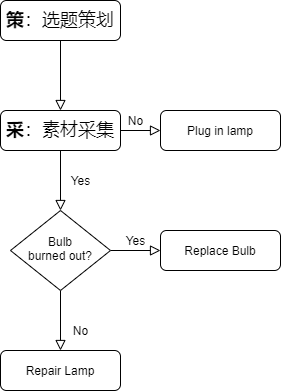
Earlier version of the draw.io export Untitled Diagram.png (yangJinRui325/note). Source tidied: cells renumbered, new cells last; positions are measured from the earlier drawing's top-left corner, leaving out a move shared by most shapes.
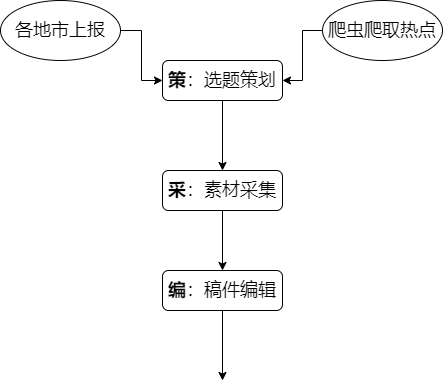
Later version of the same file.

The edit, as a diff of the source:
```diff
@@ -2,40 +2,37 @@
   <root>
     <mxCell id="0" />
     <mxCell id="1" parent="0" />
-    <mxCell id="2" style="rounded=0;html=1;jettySize=auto;fontSize=11;endArrow=block;endFill=0;endSize=8;strokeWidth=1;shadow=0;labelBackgroundColor=none;edgeStyle=orthogonalEdgeStyle;entryX=0.5;entryY=0;entryDx=0;entryDy=0;" parent="1" edge="1" source="3" target="12">
+    <mxCell id="2" style="edgeStyle=orthogonalEdgeStyle;rounded=0;jettySize=auto;html=1;" parent="1" edge="1" source="3" target="12">
       <mxGeometry relative="1" as="geometry" />
     </mxCell>
     <mxCell id="3" value="&lt;font style=&quot;font-size: 18px&quot;&gt;&lt;b&gt;策&lt;/b&gt;：选题策划&lt;/font&gt;" style="rounded=1;whiteSpace=wrap;html=1;fontSize=12;glass=0;strokeWidth=1;shadow=0;" parent="1" vertex="1">
       <mxGeometry width="120" height="40" as="geometry" />
     </mxCell>
-    <mxCell id="4" value="Yes" style="rounded=0;html=1;jettySize=auto;fontSize=11;endArrow=block;endFill=0;endSize=8;strokeWidth=1;shadow=0;labelBackgroundColor=none;edgeStyle=orthogonalEdgeStyle;exitX=0.5;exitY=1;exitDx=0;exitDy=0;" parent="1" edge="1" source="12" target="9">
-      <mxGeometry y="20" relative="1" as="geometry" />
-    </mxCell>
-    <mxCell id="5" value="No" style="edgeStyle=orthogonalEdgeStyle;rounded=0;html=1;jettySize=auto;fontSize=11;endArrow=block;endFill=0;endSize=8;strokeWidth=1;shadow=0;labelBackgroundColor=none;" parent="1" edge="1" target="6">
-      <mxGeometry y="10" relative="1" as="geometry">
-        <mxPoint x="110" y="130" as="sourcePoint" />
-      </mxGeometry>
-    </mxCell>
-    <mxCell id="6" value="Plug in lamp" style="rounded=1;whiteSpace=wrap;html=1;fontSize=12;glass=0;strokeWidth=1;shadow=0;" parent="1" vertex="1">
-      <mxGeometry x="160" y="110" width="120" height="40" as="geometry" />
-    </mxCell>
-    <mxCell id="7" value="No" style="rounded=0;html=1;jettySize=auto;fontSize=11;endArrow=block;endFill=0;endSize=8;strokeWidth=1;shadow=0;labelBackgroundColor=none;edgeStyle=orthogonalEdgeStyle;" parent="1" edge="1" source="9" target="10">
-      <mxGeometry x="0.33" y="20" relative="1" as="geometry" />
-    </mxCell>
-    <mxCell id="8" value="Yes" style="edgeStyle=orthogonalEdgeStyle;rounded=0;html=1;jettySize=auto;fontSize=11;endArrow=block;endFill=0;endSize=8;strokeWidth=1;shadow=0;labelBackgroundColor=none;" parent="1" edge="1" source="9" target="11">
-      <mxGeometry y="10" relative="1" as="geometry" />
-    </mxCell>
-    <mxCell id="9" value="Bulb&lt;br&gt;burned out?" style="rhombus;whiteSpace=wrap;html=1;shadow=0;fontFamily=Helvetica;fontSize=12;align=center;strokeWidth=1;spacing=6;spacingTop=-4;" parent="1" vertex="1">
-      <mxGeometry x="10" y="210" width="100" height="80" as="geometry" />
-    </mxCell>
-    <mxCell id="10" value="Repair Lamp" style="rounded=1;whiteSpace=wrap;html=1;fontSize=12;glass=0;strokeWidth=1;shadow=0;" parent="1" vertex="1">
-      <mxGeometry y="350" width="120" height="40" as="geometry" />
-    </mxCell>
+    <mxCell id="13" style="edgeStyle=orthogonalEdgeStyle;rounded=0;jettySize=auto;html=1;" parent="1" edge="1" source="11">
+      <mxGeometry relative="1" as="geometry">
+        <mxPoint x="60" y="320" as="targetPoint" />
+      </mxGeometry>
+    </mxCell>
-    <mxCell id="11" value="Replace Bulb" style="rounded=1;whiteSpace=wrap;html=1;fontSize=12;glass=0;strokeWidth=1;shadow=0;" parent="1" vertex="1">
-      <mxGeometry x="160" y="230" width="120" height="40" as="geometry" />
+    <mxCell id="11" value="&lt;font style=&quot;font-size: 18px&quot;&gt;&lt;b&gt;编&lt;/b&gt;：稿件编辑&lt;/font&gt;" style="rounded=1;whiteSpace=wrap;html=1;fontSize=12;glass=0;strokeWidth=1;shadow=0;" parent="1" vertex="1">
+      <mxGeometry y="210" width="120" height="40" as="geometry" />
     </mxCell>
+    <mxCell id="14" style="edgeStyle=orthogonalEdgeStyle;rounded=0;jettySize=auto;html=1;" parent="1" edge="1" source="12" target="11">
+      <mxGeometry relative="1" as="geometry" />
+    </mxCell>
     <mxCell id="12" value="&lt;font style=&quot;font-size: 18px&quot;&gt;&lt;b&gt;采&lt;/b&gt;：素材采集&lt;/font&gt;" style="rounded=1;whiteSpace=wrap;html=1;fontSize=12;glass=0;strokeWidth=1;shadow=0;" parent="1" vertex="1">
       <mxGeometry y="110" width="120" height="40" as="geometry" />
     </mxCell>
+    <mxCell id="15" style="edgeStyle=orthogonalEdgeStyle;rounded=0;jettySize=auto;html=1;" parent="1" edge="1" source="16" target="3">
+      <mxGeometry relative="1" as="geometry" />
+    </mxCell>
+    <mxCell id="16" value="&lt;font style=&quot;font-size: 18px&quot;&gt;爬虫爬取热点&lt;/font&gt;" style="ellipse;whiteSpace=wrap;html=1;rounded=1;shadow=0;strokeWidth=1;glass=0;" parent="1" vertex="1">
+      <mxGeometry x="160" y="-60" width="120" height="60" as="geometry" />
+    </mxCell>
+    <mxCell id="17" style="edgeStyle=orthogonalEdgeStyle;rounded=0;jettySize=auto;html=1;" parent="1" edge="1" source="18" target="3">
+      <mxGeometry relative="1" as="geometry" />
+    </mxCell>
+    <mxCell id="18" value="&lt;font style=&quot;font-size: 18px&quot;&gt;各地市上报&lt;/font&gt;" style="ellipse;whiteSpace=wrap;html=1;rounded=1;shadow=0;strokeWidth=1;glass=0;" parent="1" vertex="1">
+      <mxGeometry x="-162" y="-60" width="120" height="60" as="geometry" />
+    </mxCell>
   </root>
 </mxGraphModel>
```
